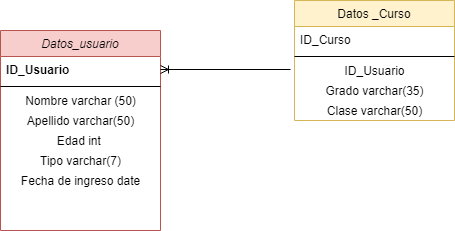
Ham-School/-event_up-mer keeps this draw.io diagram as Ham-School.png. Above is the earlier version. Source tidied: cells renumbered, new cells last; positions are measured from the earlier drawing's top-left corner, leaving out a move shared by most shapes.
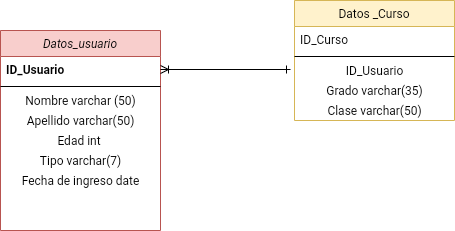
After the commit.

What changed in the source:
```diff
@@ -44,7 +44,7 @@
     <mxCell id="15" value="Clase varchar(50)" style="text;html=1;align=center;verticalAlign=middle;" parent="10" vertex="1">
       <mxGeometry y="100" width="160" height="20" as="geometry" />
     </mxCell>
-    <mxCell id="16" style="endArrow=ERoneToMany;html=1;entryX=1;entryY=0.5;entryDx=0;entryDy=0;endFill=0;" parent="1" edge="1" target="3">
+    <mxCell id="16" style="endArrow=ERoneToMany;html=1;entryX=1;entryY=0.5;entryDx=0;entryDy=0;endFill=0;startArrow=ERone;startFill=0;" parent="1" edge="1" target="3">
       <mxGeometry relative="1" as="geometry">
         <mxPoint x="290" y="69" as="sourcePoint" />
       </mxGeometry>
```
